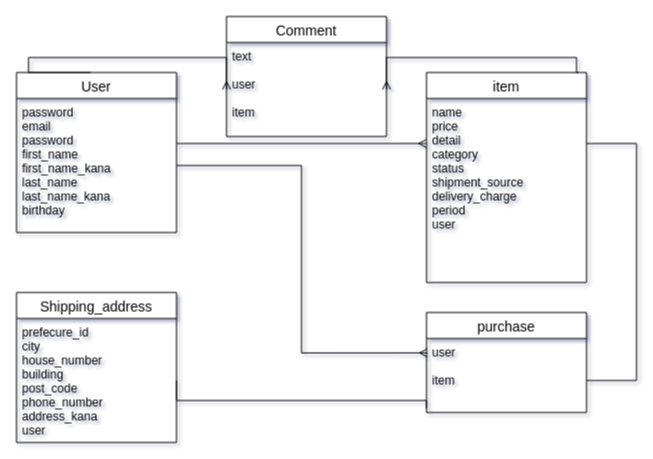
e0msb4g/furima-30600 keeps this draw.io diagram as ER.dio. Above is the earlier version. Source tidied: cells renumbered, new cells numbered last; positions are measured from the earlier drawing's top-left corner, leaving out a move shared by most shapes. Both pictures are drawn from the tidied source at 100%, with x=0, y=0 at pixel (16, 16).
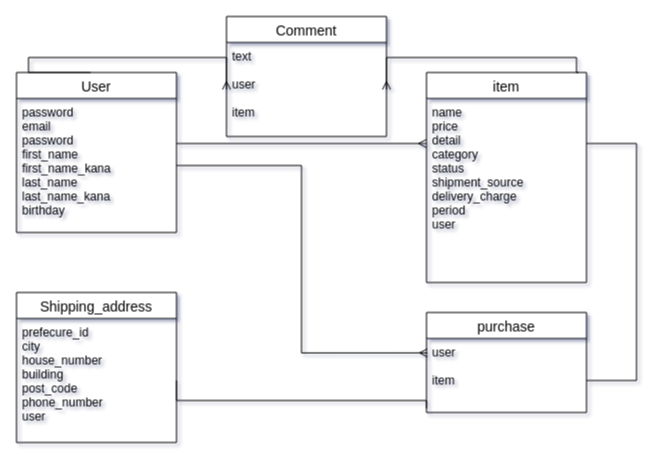
After the change.

Commit message (it also covers changes not shown here):
ER図、DB設計修正（４回目）

The change refers to these unchanged cells:
```xml
<mxCell id="11" value="Shipping_address" style="swimlane;fontStyle=0;horizontal=1;startSize=26;align=center;fontSize=14;" parent="1" vertex="1">
  <mxGeometry y="276" width="160" height="150" as="geometry" />
</mxCell>
```

Diff of the diagram source:
```diff
@@
-    <mxCell id="12" value="prefecure_id&#10;city&#10;house_number&#10;building&#10;post_code&#10;phone_number&#10;address_kana&#10;user&#10;" style="text;strokeColor=none;fillColor=none;spacingLeft=4;spacingRight=4;overflow=hidden;points=[[0,0.5],[1,0.5]];portConstraint=eastwest;fontSize=12;" parent="11" vertex="1">
+    <mxCell id="12" value="prefecure_id&#10;city&#10;house_number&#10;building&#10;post_code&#10;phone_number&#10;user&#10;" style="text;strokeColor=none;fillColor=none;spacingLeft=4;spacingRight=4;overflow=hidden;points=[[0,0.5],[1,0.5]];portConstraint=eastwest;fontSize=12;" parent="11" vertex="1">
       <mxGeometry y="26" width="160" height="124" as="geometry" />
     </mxCell>
```
